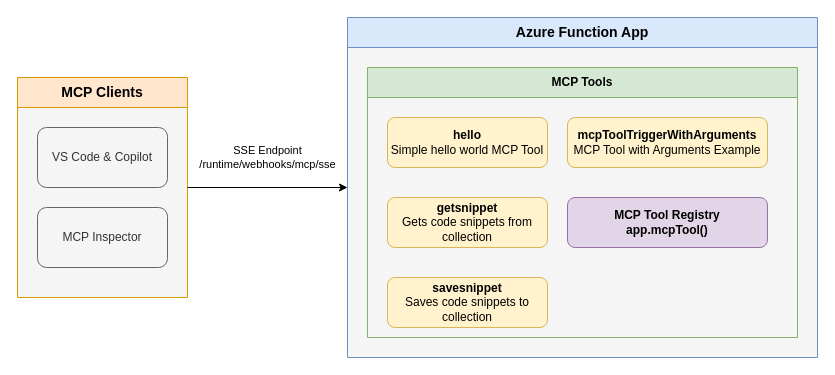
Before: architecture-diagram.drawio in paulyuk/remote-mcp-functions-dotnet, a draw.io diagram. Source tidied: cells renumbered, new cells numbered last; positions are measured from the earlier drawing's top-left corner, leaving out a move shared by most shapes. Both pictures are drawn from the tidied source at 100%, with x=0, y=0 at pixel (17, 17).
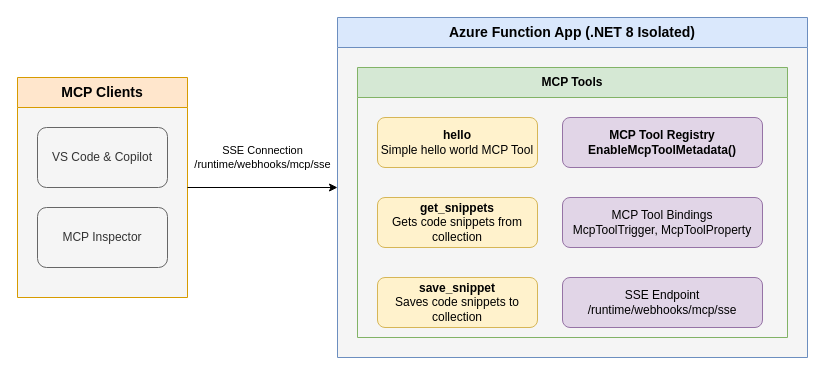
Above is the later version.

Change to the diagram source:
```diff
@@
 <mxGraphModel>
   <root>
     <mxCell id="0" />
     <mxCell id="1" parent="0" />
-    <mxCell id="2" value="Azure Function App" style="swimlane;whiteSpace=wrap;html=1;fillColor=#dae8fc;strokeColor=#6c8ebf;startSize=30;fontSize=14;fontStyle=1;swimlaneFillColor=#f5f5f5;" parent="1" vertex="1">
-      <mxGeometry x="330" width="470" height="340" as="geometry" />
-    </mxCell>
-    <mxCell id="3" value="MCP Tools" style="swimlane;whiteSpace=wrap;html=1;fillColor=#d5e8d4;strokeColor=#82b366;startSize=30;" parent="2" vertex="1">
-      <mxGeometry x="20" y="50" width="430" height="270" as="geometry" />
-    </mxCell>
-    <mxCell id="4" value="&lt;b&gt;hello&lt;/b&gt;&lt;br&gt;Simple hello world MCP Tool" style="rounded=1;whiteSpace=wrap;html=1;fillColor=#fff2cc;strokeColor=#d6b656;" parent="3" vertex="1">
-      <mxGeometry x="20" y="50" width="160" height="50" as="geometry" />
-    </mxCell>
-    <mxCell id="5" value="&lt;b&gt;getsnippet&lt;/b&gt;&lt;br&gt;Gets code snippets from collection" style="rounded=1;whiteSpace=wrap;html=1;fillColor=#fff2cc;strokeColor=#d6b656;" parent="3" vertex="1">
-      <mxGeometry x="20" y="130" width="160" height="50" as="geometry" />
-    </mxCell>
-    <mxCell id="6" value="&lt;b&gt;savesnippet&lt;/b&gt;&lt;br&gt;Saves code snippets to collection" style="rounded=1;whiteSpace=wrap;html=1;fillColor=#fff2cc;strokeColor=#d6b656;" parent="3" vertex="1">
-      <mxGeometry x="20" y="210" width="160" height="50" as="geometry" />
-    </mxCell>
-    <mxCell id="7" value="&lt;b&gt;mcpToolTriggerWithArguments&lt;/b&gt;&lt;br&gt;MCP Tool with Arguments Example" style="rounded=1;whiteSpace=wrap;html=1;fillColor=#fff2cc;strokeColor=#d6b656;" parent="3" vertex="1">
-      <mxGeometry x="200" y="50" width="200" height="50" as="geometry" />
-    </mxCell>
-    <mxCell id="8" value="MCP Tool Registry&#10;app.mcpTool()" style="rounded=1;whiteSpace=wrap;html=1;fillColor=#e1d5e7;strokeColor=#9673a6;fontStyle=1;" parent="3" vertex="1">
-      <mxGeometry x="200" y="130" width="200" height="50" as="geometry" />
-    </mxCell>
     <mxCell id="9" value="MCP Clients" style="swimlane;whiteSpace=wrap;html=1;fillColor=#ffe6cc;strokeColor=#d79b00;startSize=30;fontSize=14;fontStyle=1;swimlaneFillColor=#F5F5F5;" parent="1" vertex="1">
       <mxGeometry y="60" width="170" height="220" as="geometry" />
     </mxCell>
     <mxCell id="10" value="VS Code &amp; Copilot" style="rounded=1;whiteSpace=wrap;html=1;fillColor=#f5f5f5;strokeColor=#666666;fontColor=#333333;" parent="9" vertex="1">
       <mxGeometry x="20" y="50" width="130" height="60" as="geometry" />
     </mxCell>
     <mxCell id="11" value="MCP Inspector" style="rounded=1;whiteSpace=wrap;html=1;fillColor=#f5f5f5;strokeColor=#666666;fontColor=#333333;" parent="9" vertex="1">
       <mxGeometry x="20" y="130" width="130" height="60" as="geometry" />
     </mxCell>
-    <mxCell id="12" value="SSE Endpoint&lt;br&gt;/runtime/webhooks/mcp/sse" style="endArrow=classic;html=1;rounded=0;fontSize=11;exitX=1;exitY=0.5;exitDx=0;exitDy=0;entryX=0;entryY=0.5;entryDx=0;entryDy=0;" parent="1" edge="1" source="9" target="2">
+    <mxCell id="12" value="SSE Connection&#10;/runtime/webhooks/mcp/sse" style="endArrow=classic;html=1;rounded=0;fontSize=11;exitX=1;exitY=0.5;exitDx=0;exitDy=0;entryX=0;entryY=0.5;entryDx=0;entryDy=0;" parent="1" edge="1" source="9" target="13">
       <mxGeometry y="30" relative="1" as="geometry" />
     </mxCell>
+    <mxCell id="13" value="Azure Function App (.NET 8 Isolated)" style="swimlane;whiteSpace=wrap;html=1;fillColor=#dae8fc;strokeColor=#6c8ebf;startSize=30;fontSize=14;fontStyle=1;swimlaneFillColor=#f5f5f5;" parent="1" vertex="1">
+      <mxGeometry x="320" width="470" height="340" as="geometry" />
+    </mxCell>
+    <mxCell id="3" value="MCP Tools" style="swimlane;whiteSpace=wrap;html=1;fillColor=#d5e8d4;strokeColor=#82b366;startSize=30;" parent="13" vertex="1">
+      <mxGeometry x="20" y="50" width="430" height="270" as="geometry" />
+    </mxCell>
+    <mxCell id="4" value="&lt;b&gt;hello&lt;/b&gt;&lt;br&gt;Simple hello world MCP Tool" style="rounded=1;whiteSpace=wrap;html=1;fillColor=#fff2cc;strokeColor=#d6b656;" parent="3" vertex="1">
+      <mxGeometry x="20" y="50" width="160" height="50" as="geometry" />
+    </mxCell>
+    <mxCell id="14" value="&lt;b&gt;get_snippets&lt;/b&gt;&lt;br&gt;Gets code snippets from collection" style="rounded=1;whiteSpace=wrap;html=1;fillColor=#fff2cc;strokeColor=#d6b656;" parent="3" vertex="1">
+      <mxGeometry x="20" y="130" width="160" height="50" as="geometry" />
+    </mxCell>
+    <mxCell id="15" value="&lt;b&gt;save_snippet&lt;/b&gt;&lt;br&gt;Saves code snippets to collection" style="rounded=1;whiteSpace=wrap;html=1;fillColor=#fff2cc;strokeColor=#d6b656;" parent="3" vertex="1">
+      <mxGeometry x="20" y="210" width="160" height="50" as="geometry" />
+    </mxCell>
+    <mxCell id="16" value="MCP Tool Registry&#10;EnableMcpToolMetadata()" style="rounded=1;whiteSpace=wrap;html=1;fillColor=#e1d5e7;strokeColor=#9673a6;fontStyle=1;" parent="3" vertex="1">
+      <mxGeometry x="205" y="50" width="200" height="50" as="geometry" />
+    </mxCell>
+    <mxCell id="17" value="MCP Tool Bindings&#10;McpToolTrigger, McpToolProperty" style="rounded=1;whiteSpace=wrap;html=1;fillColor=#e1d5e7;strokeColor=#9673a6;" parent="3" vertex="1">
+      <mxGeometry x="205" y="130" width="200" height="50" as="geometry" />
+    </mxCell>
+    <mxCell id="18" value="SSE Endpoint&#10;/runtime/webhooks/mcp/sse" style="rounded=1;whiteSpace=wrap;html=1;fillColor=#e1d5e7;strokeColor=#9673a6;" parent="3" vertex="1">
+      <mxGeometry x="205" y="210" width="200" height="50" as="geometry" />
+    </mxCell>
   </root>
 </mxGraphModel>
```
